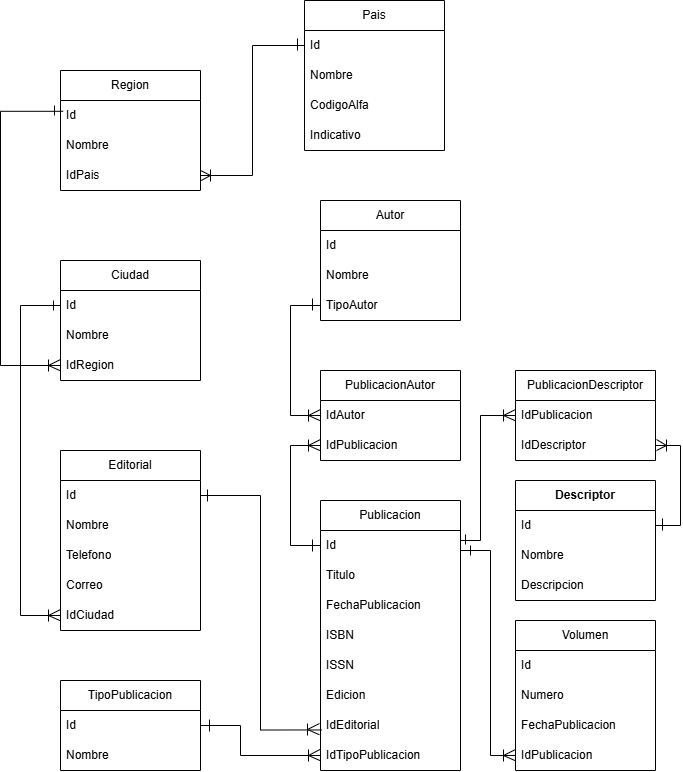
The draw.io diagram Modelo Relacional.png in hollmer124-rgb/Sistema-de-Informacion-Bibliografica, before a commit. Source tidied: cells renumbered, new cells last; positions are measured from the earlier drawing's top-left corner, leaving out a move shared by most shapes.
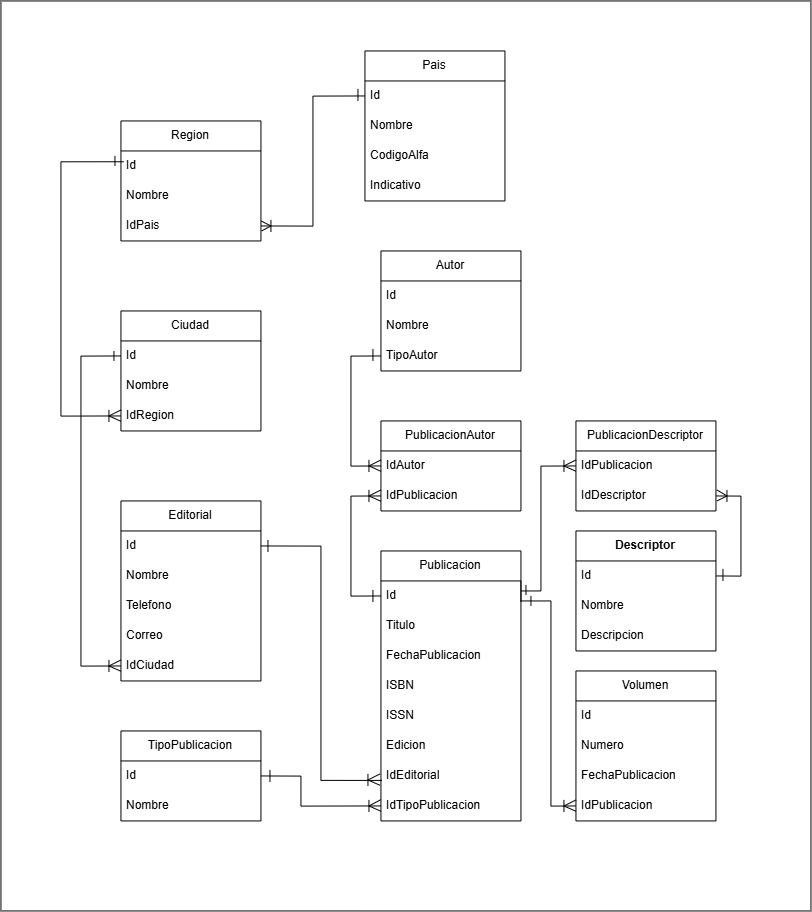
Above is the later version.

The edit, as a diff of the source:
```diff
@@ -443,5 +443,8 @@
         <mxPoint x="48" y="359" as="targetPoint" />
       </mxGeometry>
     </mxCell>
+    <mxCell id="93" style="rounded=0;whiteSpace=wrap;html=1;fillColor=none;" parent="1" vertex="1">
+      <mxGeometry x="-60" y="-50" width="810" height="910" as="geometry" />
+    </mxCell>
   </root>
 </mxGraphModel>
```
